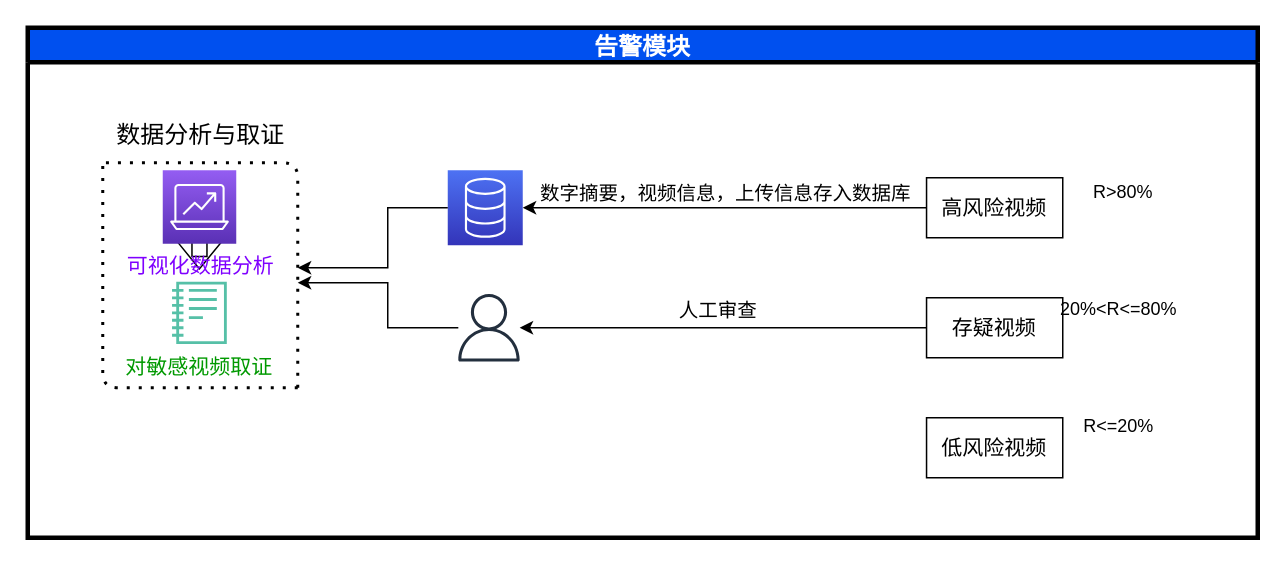
Earlier version of the draw.io diagram Untitled Diagram4.drawio (epc314/hello-world). Source tidied: cells renumbered, new cells numbered last; positions are measured from the earlier drawing's top-left corner, leaving out a move shared by most shapes. Both pictures are drawn from the tidied source at 150%, with x=0, y=0 at pixel (27, 27).
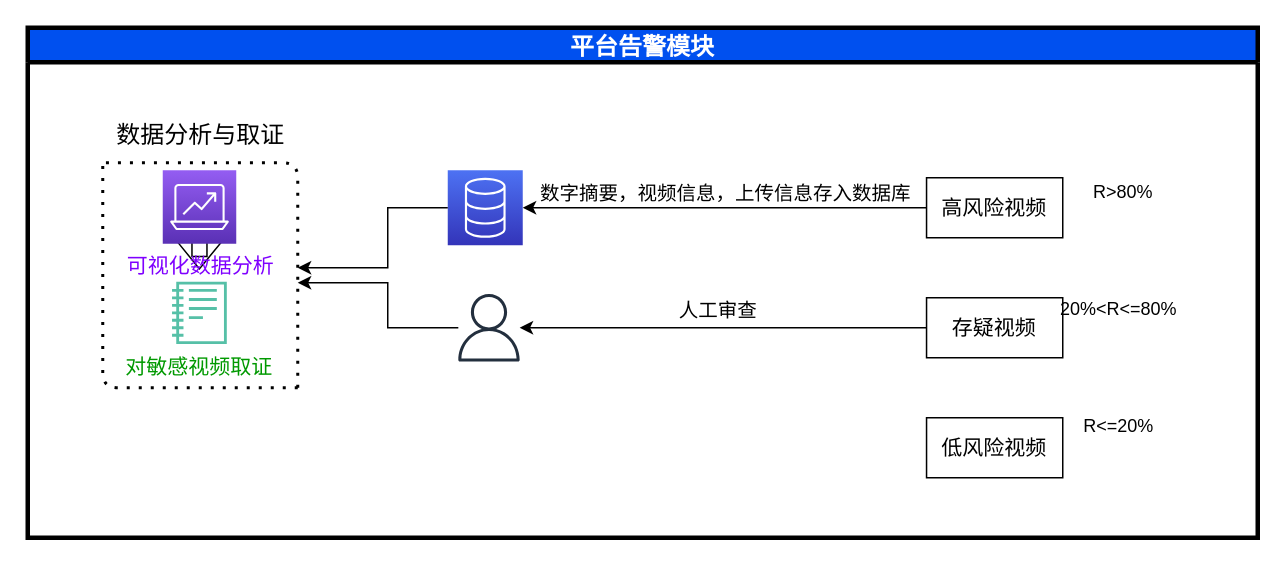
The same page after the edit.

What changed in the source:
```diff
@@
-    <mxCell id="2" value="告警模块" style="swimlane;startSize=23;fillColor=#0050EF;strokeColor=#000000;fontColor=#ffffff;fontSize=16;strokeWidth=3;" parent="1" vertex="1">
+    <mxCell id="2" value="平台告警模块" style="swimlane;startSize=23;fillColor=#0050EF;strokeColor=#000000;fontColor=#ffffff;fontSize=16;strokeWidth=3;" parent="1" vertex="1">
       <mxGeometry width="820" height="340" as="geometry" />
     </mxCell>
```
